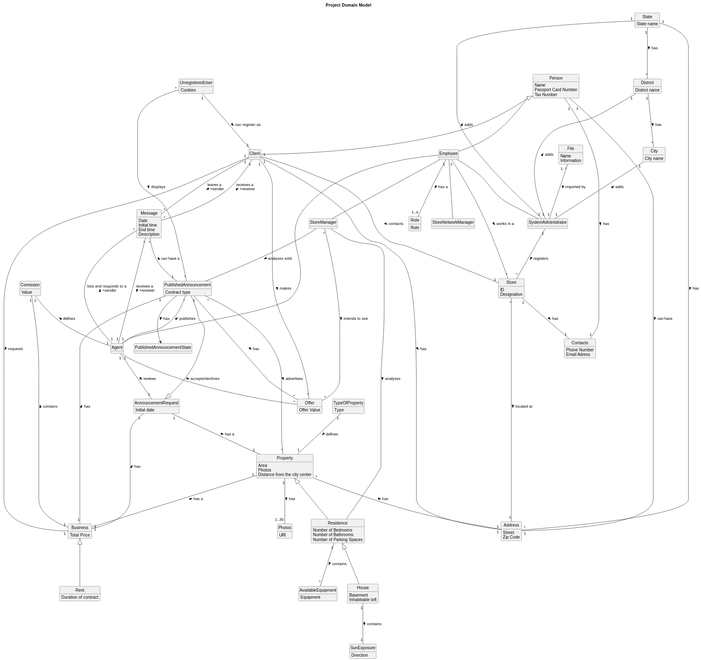
The PlantUML diagram docs/sprintD/global-artifacts/02.analysis/svg/project-domain-model.svg in PureNimble/ISEP-LAPR2, before a commit.
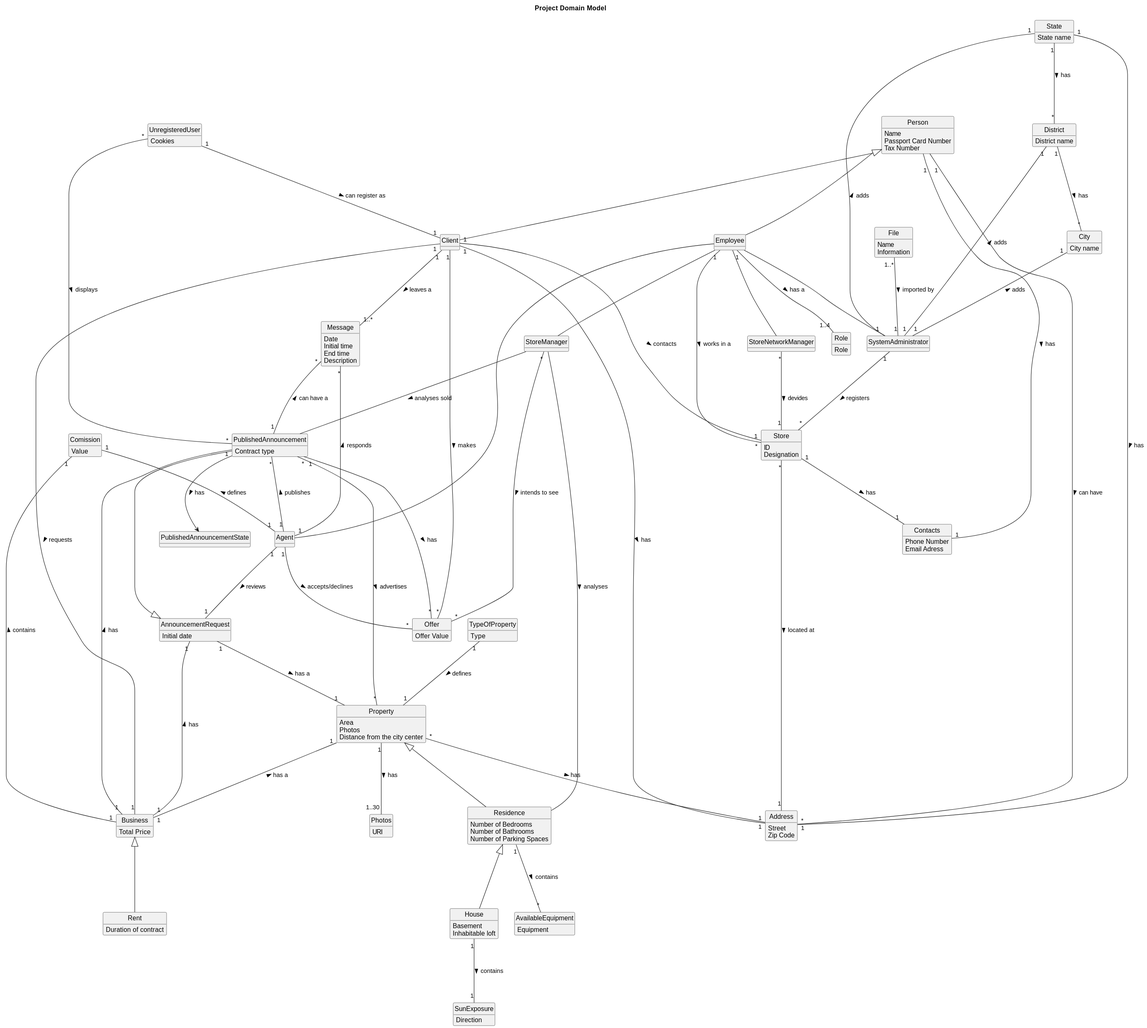
Later version of the same file.

Commit message:
Domain model global update (svg)

Change to the diagram source:
```diff
@@ -177,17 +177,16 @@
 Person "1" --- "1" Contacts : has >
 SystemAdministrator "1" --- "*" Store: registers >
 Message "*" --- "1" PublishedAnnouncement: can have a <
+Client "1" --- "1..*" Message: leaves a >
 Offer "*" --- "1" PublishedAnnouncement : has <
 Client "1" --- "*" Offer : makes >
 Agent "1" --- "*" Offer : accepts/declines >
 File "1..*" --- "1" SystemAdministrator : imported by >
+Agent "1" --- "*" Message : responds >
 StoreManager "*" --- "*" Offer: intends to see >
 Property "1" --- "1" Business: has a <
 StoreManager --- Residence : analyses >
-Client "1" --- "*" Message: leaves a \n +sender >
-Agent "1" --- "*" Message: receives a \n +receiver <
-Agent "1" --- "*" Message: lists and responds to a \n +sender >
-Client "1" --- "*" Message: receives a \n +receiver <
 StoreManager --- PublishedAnnouncement : analyses sold >
 PublishedAnnouncement ---> PublishedAnnouncementState : has >
+StoreNetworkManager "*" --- "1" Store: devides >
 @enduml
```
